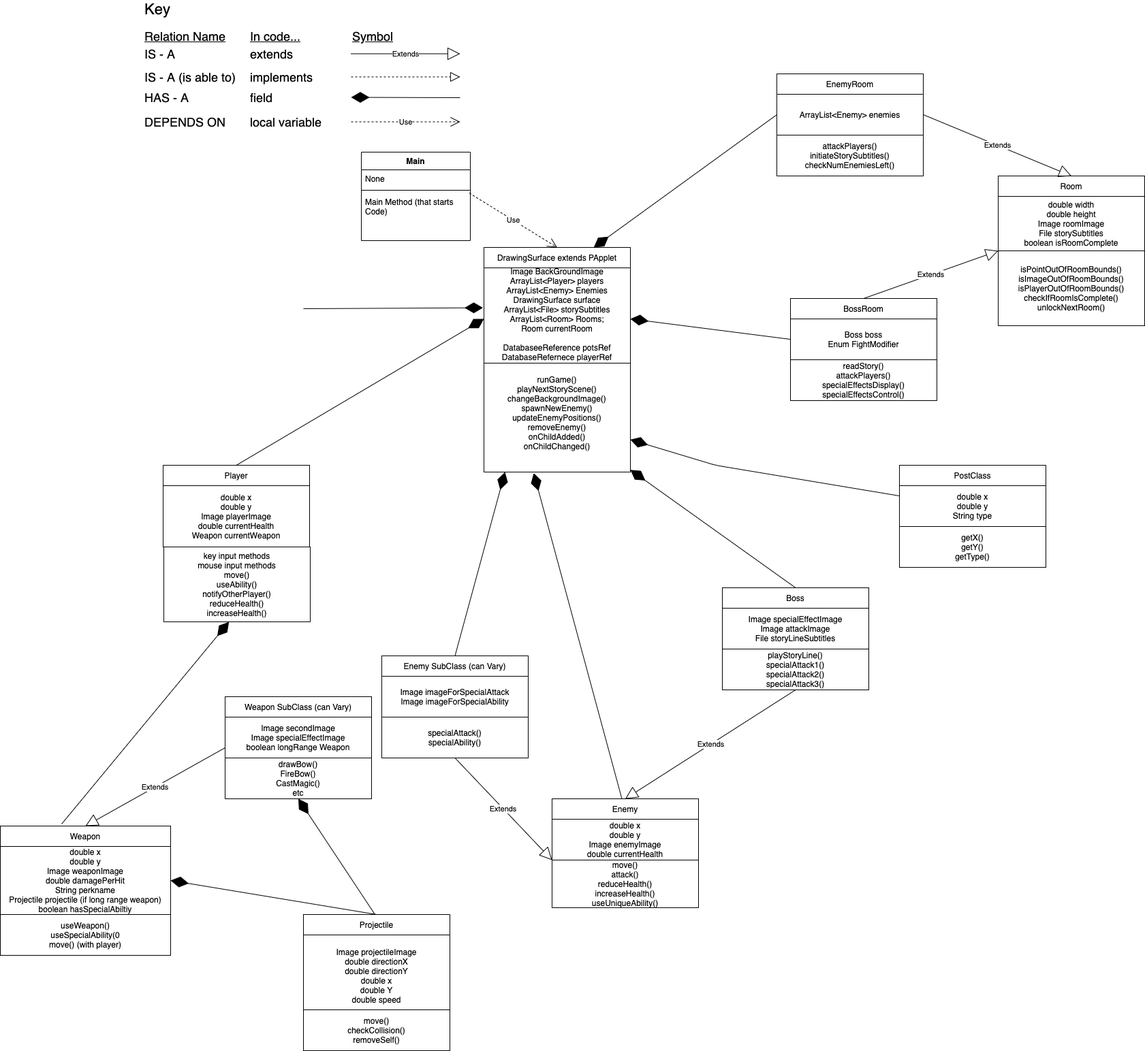
This is doc/SK Final Project UML.png from HHSAPCompSci2020/capstone-project-group-12-ks, a draw.io export, as it was before one commit. Source tidied: cells renumbered, new cells last; positions are measured from the earlier drawing's top-left corner, leaving out a move shared by most shapes.
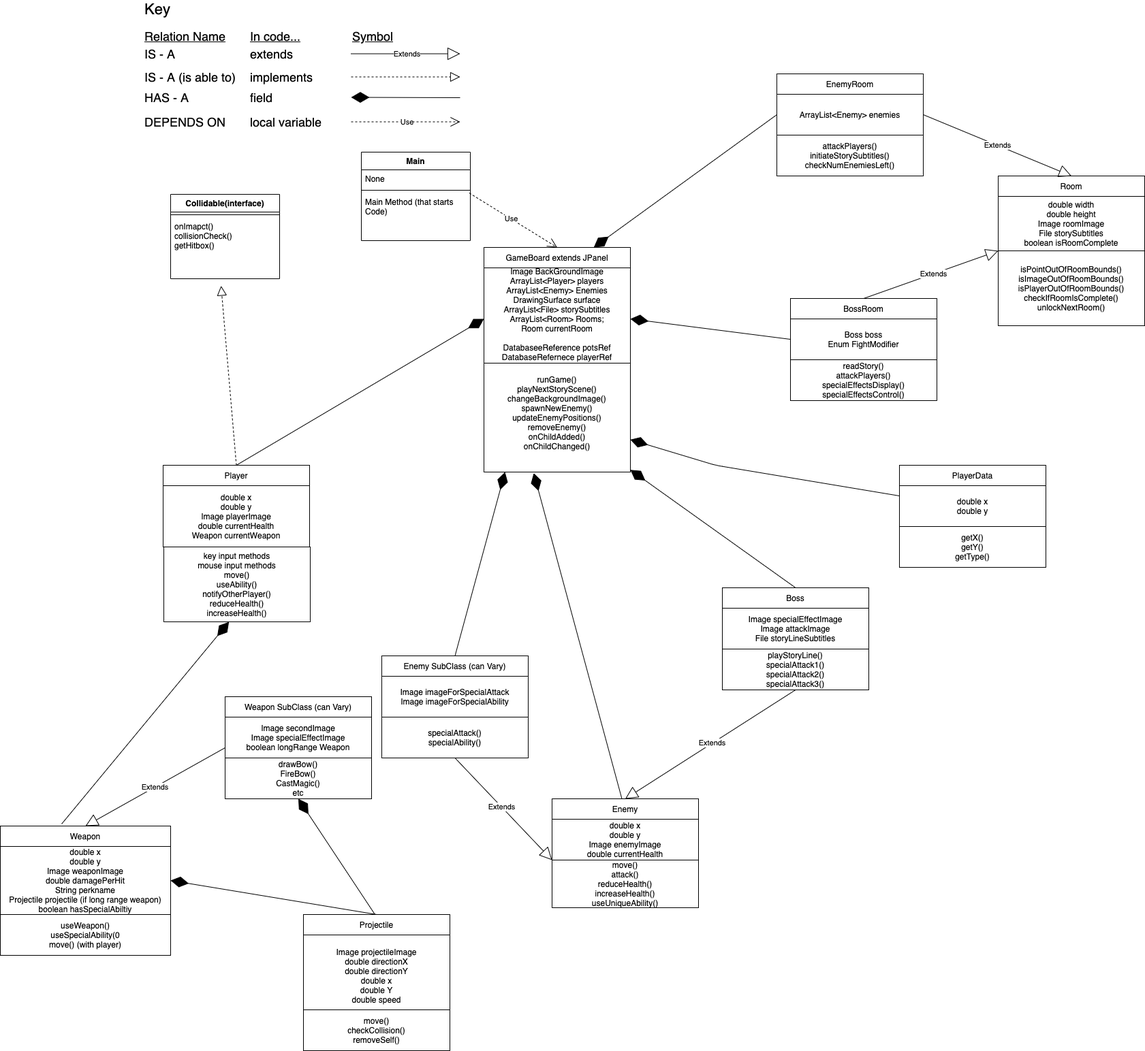
Later version of the same file.

Commit message:
BETA BUILD

The edit, as a diff of the source:
```diff
@@ -74,7 +74,7 @@
     <mxCell id="21" value="Main Method (that starts &#10;Code)" style="text;strokeColor=none;fillColor=none;align=left;verticalAlign=top;spacingLeft=4;spacingRight=4;overflow=hidden;points=[[0,0.5],[1,0.5]];portConstraint=eastwest;" parent="18" vertex="1">
       <mxGeometry y="60" width="160" height="70" as="geometry" />
     </mxCell>
-    <mxCell id="22" value="DrawingSurface extends PApplet" style="rounded=0;whiteSpace=wrap;html=1;" parent="1" vertex="1">
+    <mxCell id="22" value="GameBoard extends JPanel" style="rounded=0;whiteSpace=wrap;html=1;" parent="1" vertex="1">
       <mxGeometry x="710" y="360" width="215" height="30" as="geometry" />
     </mxCell>
     <mxCell id="23" value="Image BackGroundImage&lt;br&gt;ArrayList&amp;lt;Player&amp;gt; players&lt;br&gt;ArrayList&amp;lt;Enemy&amp;gt; Enemies&lt;br&gt;DrawingSurface surface&lt;br&gt;ArrayList&amp;lt;File&amp;gt; storySubtitles&lt;br&gt;ArrayList&amp;lt;Room&amp;gt; Rooms;&lt;br&gt;Room currentRoom&lt;br&gt;&lt;br&gt;DatabaseeReference potsRef&lt;br&gt;DatabaseRefernece playerRef&lt;br&gt;Post currentPost" style="rounded=0;whiteSpace=wrap;html=1;" parent="1" vertex="1">
@@ -119,10 +119,10 @@
     <mxCell id="36" value="playStoryLine()&lt;br&gt;specialAttack1()&lt;br&gt;specialAttack2()&lt;br&gt;specialAttack3()&lt;br&gt;" style="rounded=0;whiteSpace=wrap;html=1;" parent="1" vertex="1">
       <mxGeometry x="1060" y="950" width="215" height="60" as="geometry" />
     </mxCell>
-    <mxCell id="37" value="PostClass" style="rounded=0;whiteSpace=wrap;html=1;" parent="1" vertex="1">
+    <mxCell id="37" value="PlayerData" style="rounded=0;whiteSpace=wrap;html=1;" parent="1" vertex="1">
       <mxGeometry x="1320" y="680" width="215" height="30" as="geometry" />
     </mxCell>
-    <mxCell id="38" value="double x&lt;br&gt;double y&lt;br&gt;String type" style="rounded=0;whiteSpace=wrap;html=1;" parent="1" vertex="1">
+    <mxCell id="38" value="double x&lt;br&gt;double y" style="rounded=0;whiteSpace=wrap;html=1;" parent="1" vertex="1">
       <mxGeometry x="1320" y="710" width="215" height="60" as="geometry" />
     </mxCell>
     <mxCell id="39" value="getX()&lt;br&gt;getY()&lt;br&gt;getType()" style="rounded=0;whiteSpace=wrap;html=1;" parent="1" vertex="1">
@@ -139,11 +139,6 @@
     <mxCell id="42" style="endArrow=diamondThin;endFill=1;endSize=24;html=1;exitX=0.5;exitY=0;exitDx=0;exitDy=0;" parent="1" edge="1" source="34" target="24">
       <mxGeometry relative="1" as="geometry" />
     </mxCell>
-    <mxCell id="43" style="endArrow=diamondThin;endFill=1;endSize=24;html=1;entryX=-0.007;entryY=0.391;entryDx=0;entryDy=0;entryPerimeter=0;exitX=1;exitY=0.5;exitDx=0;exitDy=0;" parent="1" edge="1" target="23">
-      <mxGeometry relative="1" as="geometry">
-        <mxPoint x="445" y="450" as="sourcePoint" />
-      </mxGeometry>
-    </mxCell>
     <mxCell id="44" style="endArrow=diamondThin;endFill=1;endSize=24;html=1;entryX=0.445;entryY=1.001;entryDx=0;entryDy=0;entryPerimeter=0;" parent="1" edge="1" target="27">
       <mxGeometry relative="1" as="geometry">
         <mxPoint x="90" y="1207" as="sourcePoint" />
@@ -245,5 +240,17 @@
         </Array>
       </mxGeometry>
     </mxCell>
+    <mxCell id="75" value="Collidable(interface)" style="swimlane;fontStyle=1;align=center;verticalAlign=top;horizontal=1;startSize=26;" parent="1" vertex="1">
+      <mxGeometry x="250" y="282" width="160" height="124" as="geometry" />
+    </mxCell>
+    <mxCell id="76" style="line;strokeWidth=1;fillColor=none;align=left;verticalAlign=middle;spacingTop=-1;spacingLeft=3;spacingRight=3;labelPosition=right;" parent="75" vertex="1">
+      <mxGeometry y="26" width="160" height="8" as="geometry" />
+    </mxCell>
+    <mxCell id="77" value="onImapct()&#10;collisionCheck()&#10;getHitbox()" style="text;strokeColor=none;fillColor=none;align=left;verticalAlign=top;spacingLeft=4;spacingRight=4;overflow=hidden;points=[[0,0.5],[1,0.5]];portConstraint=eastwest;" parent="75" vertex="1">
+      <mxGeometry y="34" width="160" height="90" as="geometry" />
+    </mxCell>
+    <mxCell id="78" style="endArrow=block;dashed=1;endFill=0;endSize=12;html=1;exitX=0.5;exitY=0;exitDx=0;exitDy=0;entryX=0.463;entryY=1.115;entryDx=0;entryDy=0;entryPerimeter=0;" parent="1" edge="1" source="25" target="77">
+      <mxGeometry relative="1" as="geometry" />
+    </mxCell>
   </root>
 </mxGraphModel>
```
